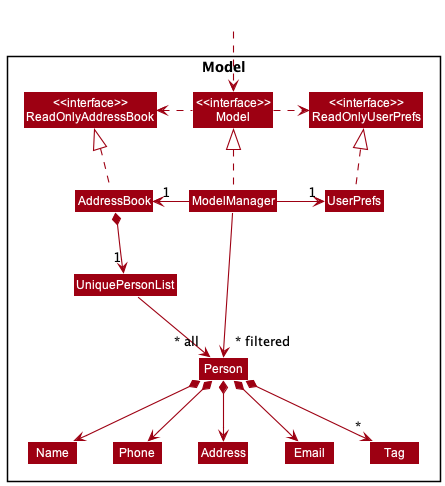
The PlantUML diagram docs/images/ModelClassDiagram.png in nus-cs2103-AY2223S1/tp, before a commit.
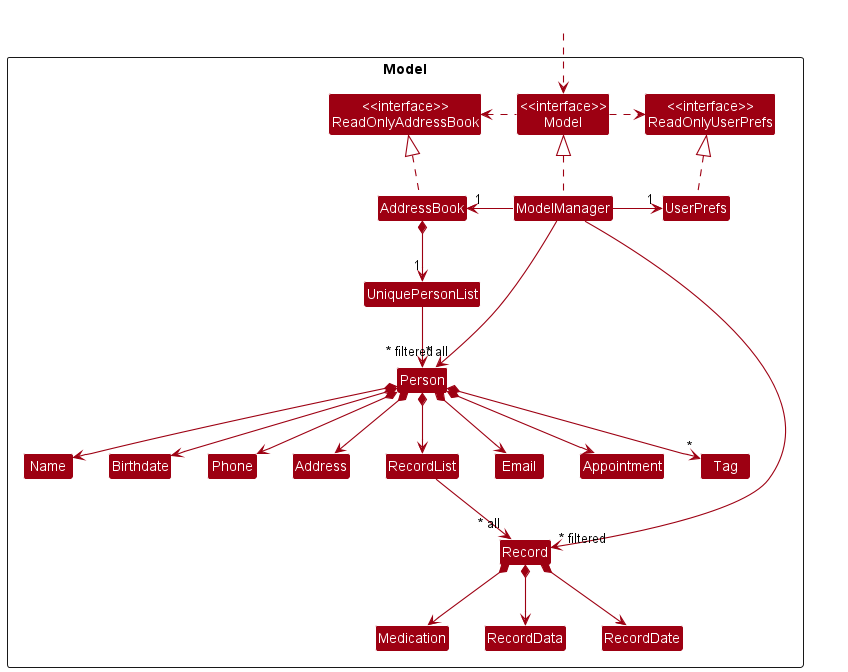
Later version of the same file.

Diff of the diagram source:
```diff
@@ -15,11 +15,18 @@
 Class UniquePersonList
 Class Person
 Class Address
+Class Appointment
+Class Birthdate
 Class Email
 Class Name
 Class Phone
 Class Tag
 
+Class RecordList
+Class Record
+Class Medication
+Class RecordData
+Class RecordDate
 }
 
 Class HiddenOutside #FFFFFF
@@ -36,15 +43,25 @@
 
 AddressBook *--> "1" UniquePersonList
 UniquePersonList --> "~* all" Person
+Person *--> Birthdate
 Person *--> Name
 Person *--> Phone
 Person *--> Email
 Person *--> Address
+Person *--> Appointment
+Person *--> RecordList
 Person *--> "*" Tag
 
-Name -[hidden]right-> Phone
+Name -[hidden]right-> Birthdate
 Phone -[hidden]right-> Address
-Address -[hidden]right-> Email
+Address -[hidden]right-> RecordList
+RecordList -[hidden]right-> Email
+
+RecordList --> "~* all" Record
+Record *--> Medication
+Record *--> RecordDate
+Record *--> RecordData
 
 ModelManager -->"~* filtered" Person
+ModelManager -->"~* filtered" Record
 @enduml
```
